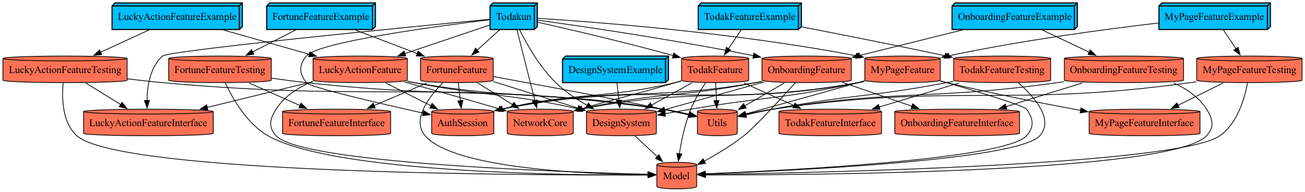
This is docs/graph.png from YAPP-Github/28th-App-Team-2-iOS, a Graphviz export, as it was before one commit. Its source is kept beside it as docs/graph.dot.
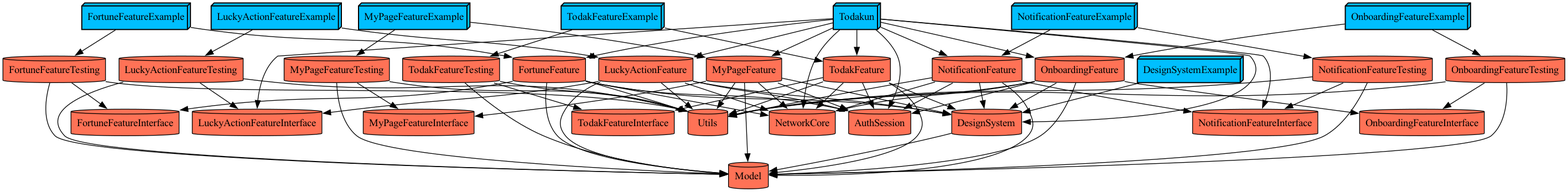
After the change.

Commit message:
docs: NotificationFeature 아키텍처 다이어그램 및 모듈 설명 동기화 (#97)

- README.md Mermaid 구조도에 NotificationFeature/NotificationFeatureInterface 노드 및 엣지 추가
- docs/graph.dot 물리 의존성 NotificationFeature 관련 엣지 추가
- docs/graph.png 시각화 파일 갱신

Change to the diagram source:
```diff
@@ -51,6 +51,21 @@
   MyPageFeatureTesting -> Utils
   MyPageFeatureTesting [fillcolor=coral1 shape=cylinder style=filled]
   NetworkCore [fillcolor=coral1 shape=cylinder style=filled]
+  NotificationFeature -> AuthSession
+  NotificationFeature -> DesignSystem
+  NotificationFeature -> Model
+  NotificationFeature -> NetworkCore
+  NotificationFeature -> NotificationFeatureInterface
+  NotificationFeature -> Utils
+  NotificationFeature [fillcolor=coral1 shape=cylinder style=filled]
+  NotificationFeatureExample -> NotificationFeature
+  NotificationFeatureExample -> NotificationFeatureTesting
+  NotificationFeatureExample [fillcolor=deepskyblue penwidth="1.5" shape=box3d style=filled]
+  NotificationFeatureInterface [fillcolor=coral1 shape=cylinder style=filled]
+  NotificationFeatureTesting -> Model
+  NotificationFeatureTesting -> NotificationFeatureInterface
+  NotificationFeatureTesting -> Utils
+  NotificationFeatureTesting [fillcolor=coral1 shape=cylinder style=filled]
   OnboardingFeature -> AuthSession
   OnboardingFeature -> DesignSystem
   OnboardingFeature -> Model
@@ -88,6 +103,8 @@
   Todakun -> LuckyActionFeatureInterface
   Todakun -> MyPageFeature
   Todakun -> NetworkCore
+  Todakun -> NotificationFeature
+  Todakun -> NotificationFeatureInterface
   Todakun -> OnboardingFeature
   Todakun -> TodakFeature
   Todakun [fillcolor=deepskyblue penwidth="1.5" shape=box3d style=filled]
```
